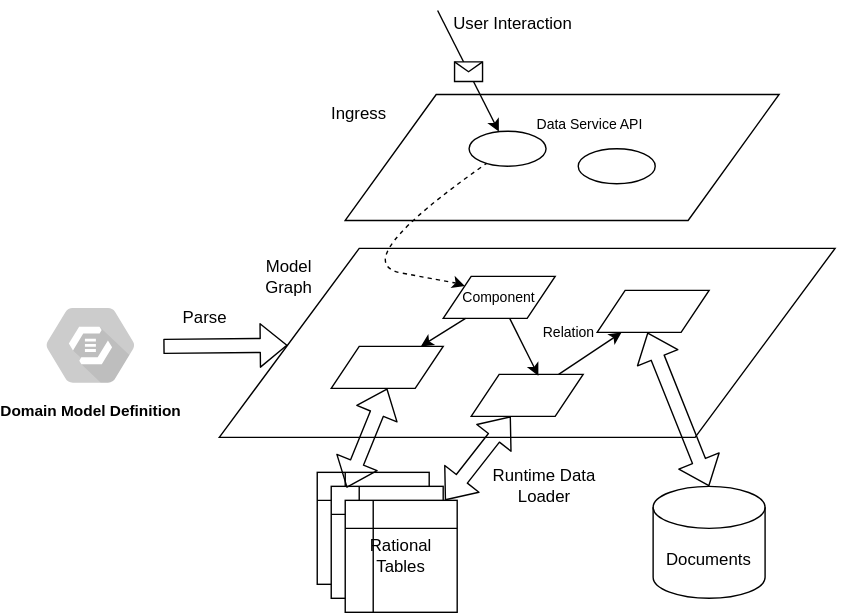
nemoworks/cora keeps this draw.io diagram as docs/cora.svg. Above is the earlier version. Source tidied: cells renumbered, new cells last; positions are measured from the earlier drawing's top-left corner, leaving out a move shared by most shapes.
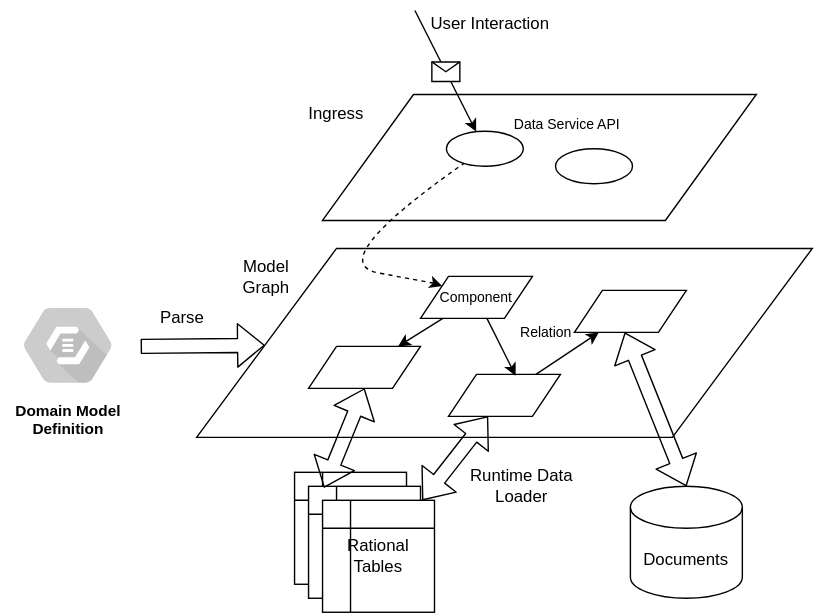
Later version of the same file.

Diff of the diagram source:
```diff
@@ -91,7 +91,7 @@
     <mxCell id="27" value="User Interaction" style="text;html=1;strokeColor=none;fillColor=none;align=center;verticalAlign=middle;whiteSpace=wrap;rounded=0;shadow=0;glass=0;sketch=0;" parent="1" vertex="1">
       <mxGeometry x="300" width="100" height="20" as="geometry" />
     </mxCell>
-    <mxCell id="28" value="Domain Model Definition" style="html=1;verticalAlign=top;labelPosition=center;verticalLabelPosition=bottom;align=center;spacingTop=-6;fontSize=11;fontStyle=1;shape=mxgraph.gcp2.hexIcon;prIcon=automl_natural_language;rounded=0;shadow=0;glass=0;sketch=0;fillColor=#CCCCCC;" parent="1" vertex="1">
+    <mxCell id="28" value="Domain Model &lt;br&gt;Definition" style="html=1;verticalAlign=top;labelPosition=center;verticalLabelPosition=bottom;align=center;spacingTop=-6;fontSize=11;fontStyle=1;shape=mxgraph.gcp2.hexIcon;prIcon=automl_natural_language;rounded=0;shadow=0;glass=0;sketch=0;fillColor=#CCCCCC;" parent="1" vertex="1">
       <mxGeometry y="200" width="96" height="78.5" as="geometry" />
     </mxCell>
     <mxCell id="29" style="shape=flexArrow;endArrow=classic;html=1;shadow=0;fontSize=10;" parent="1" edge="1" target="4">
```
